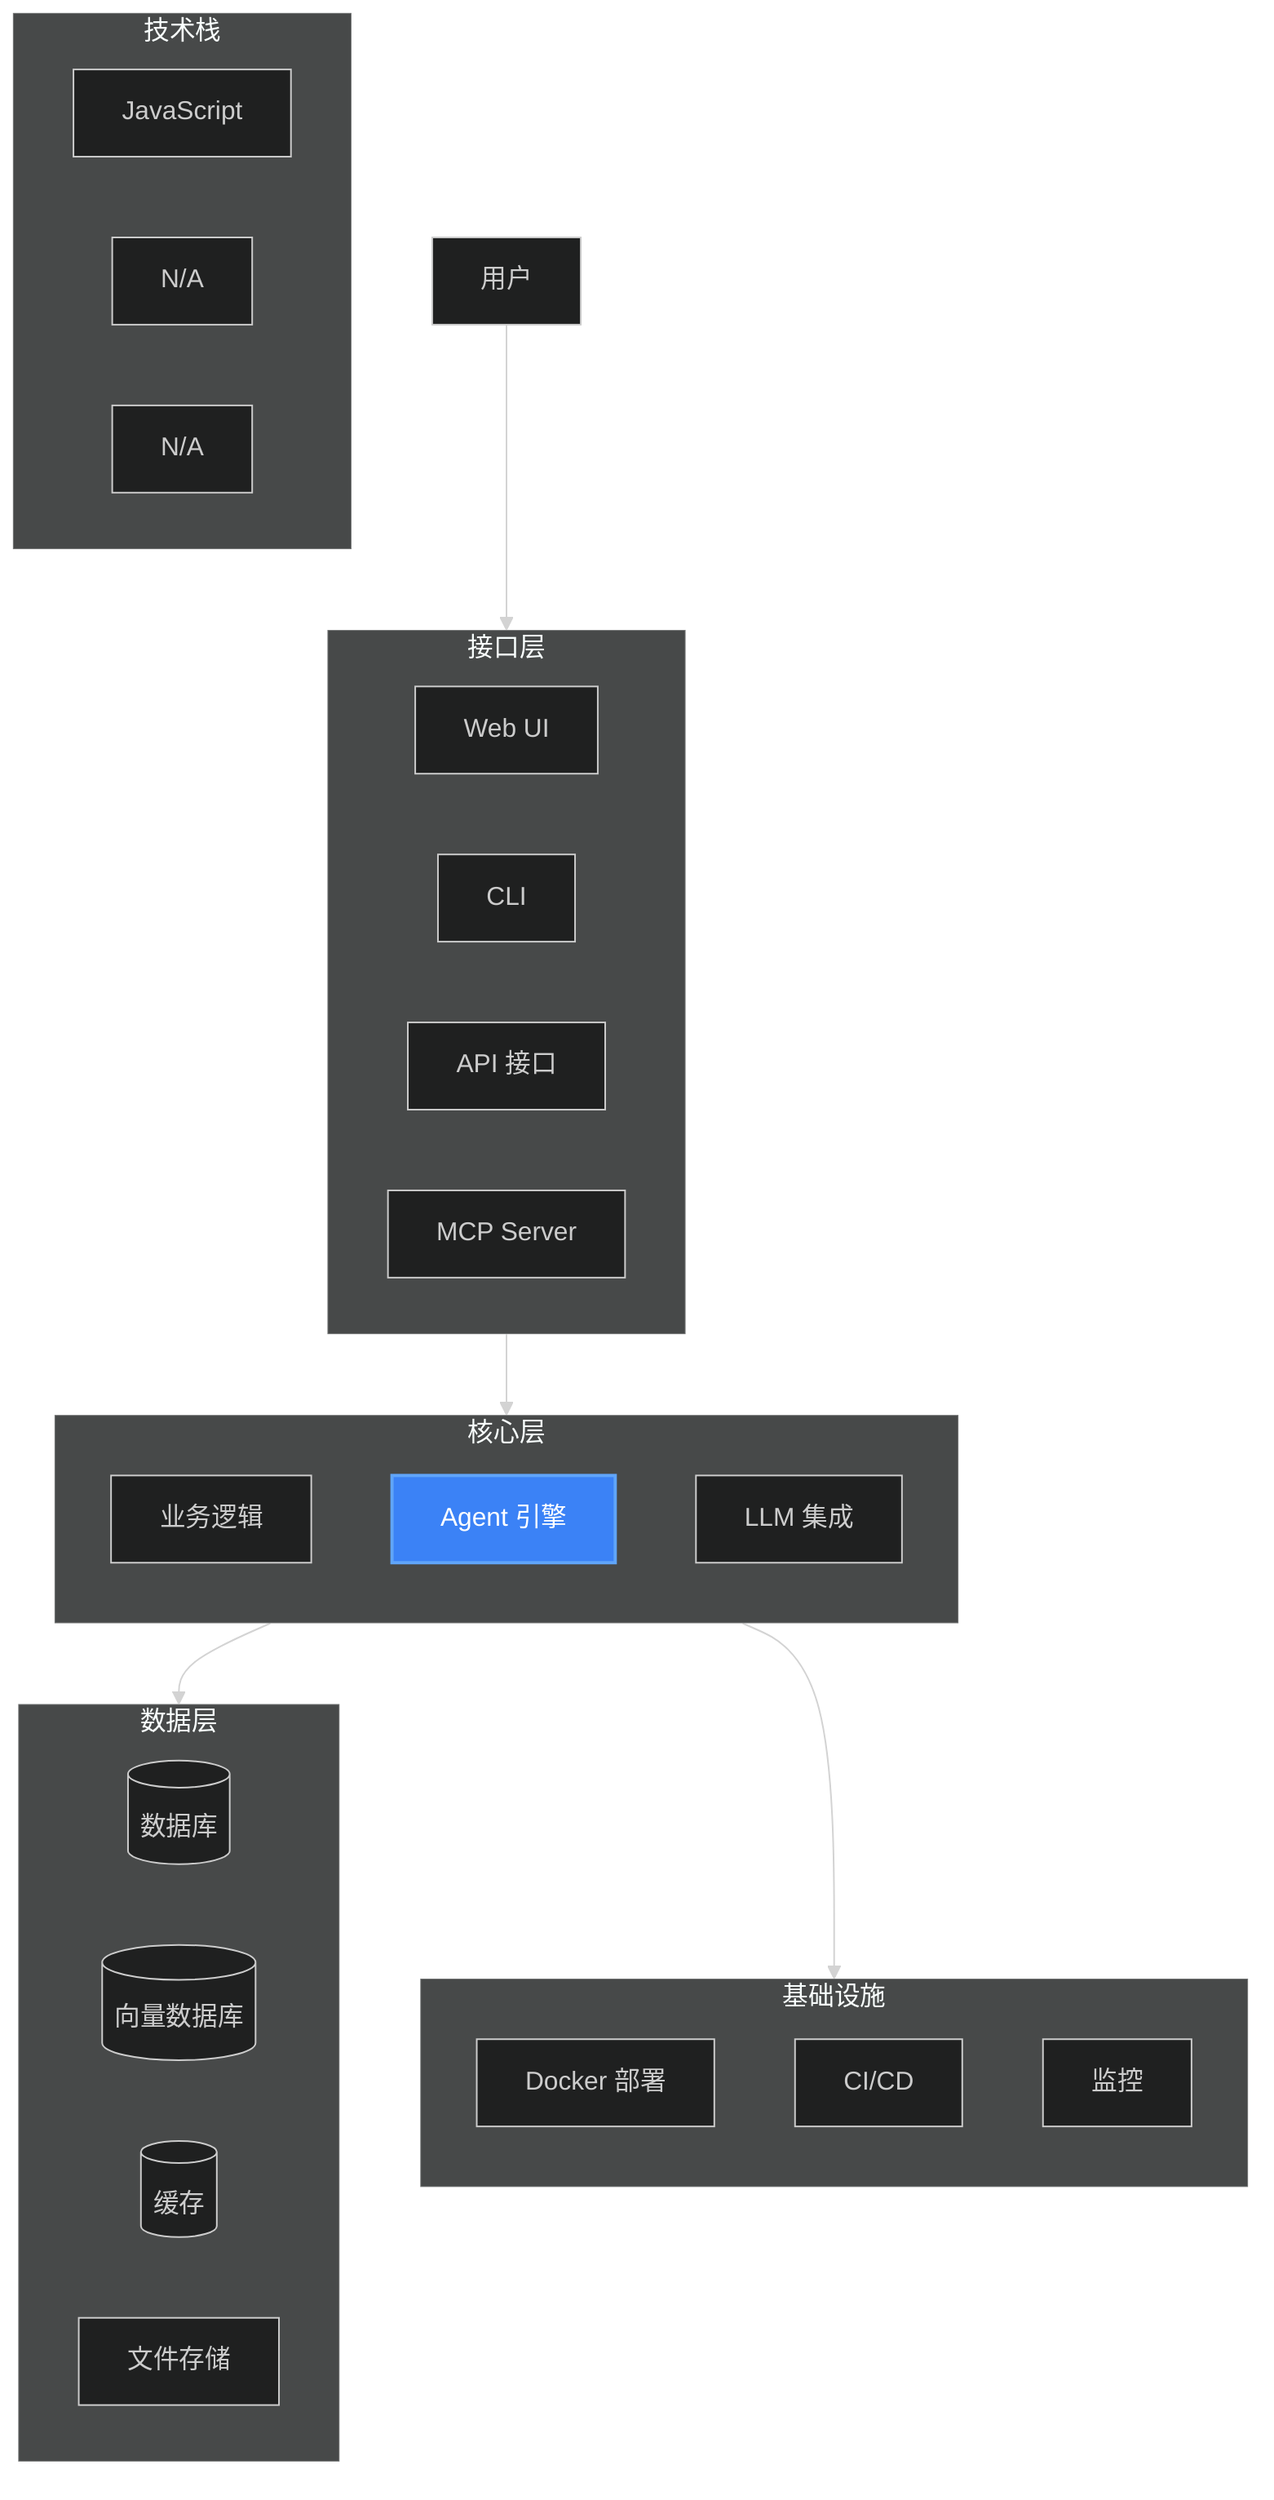
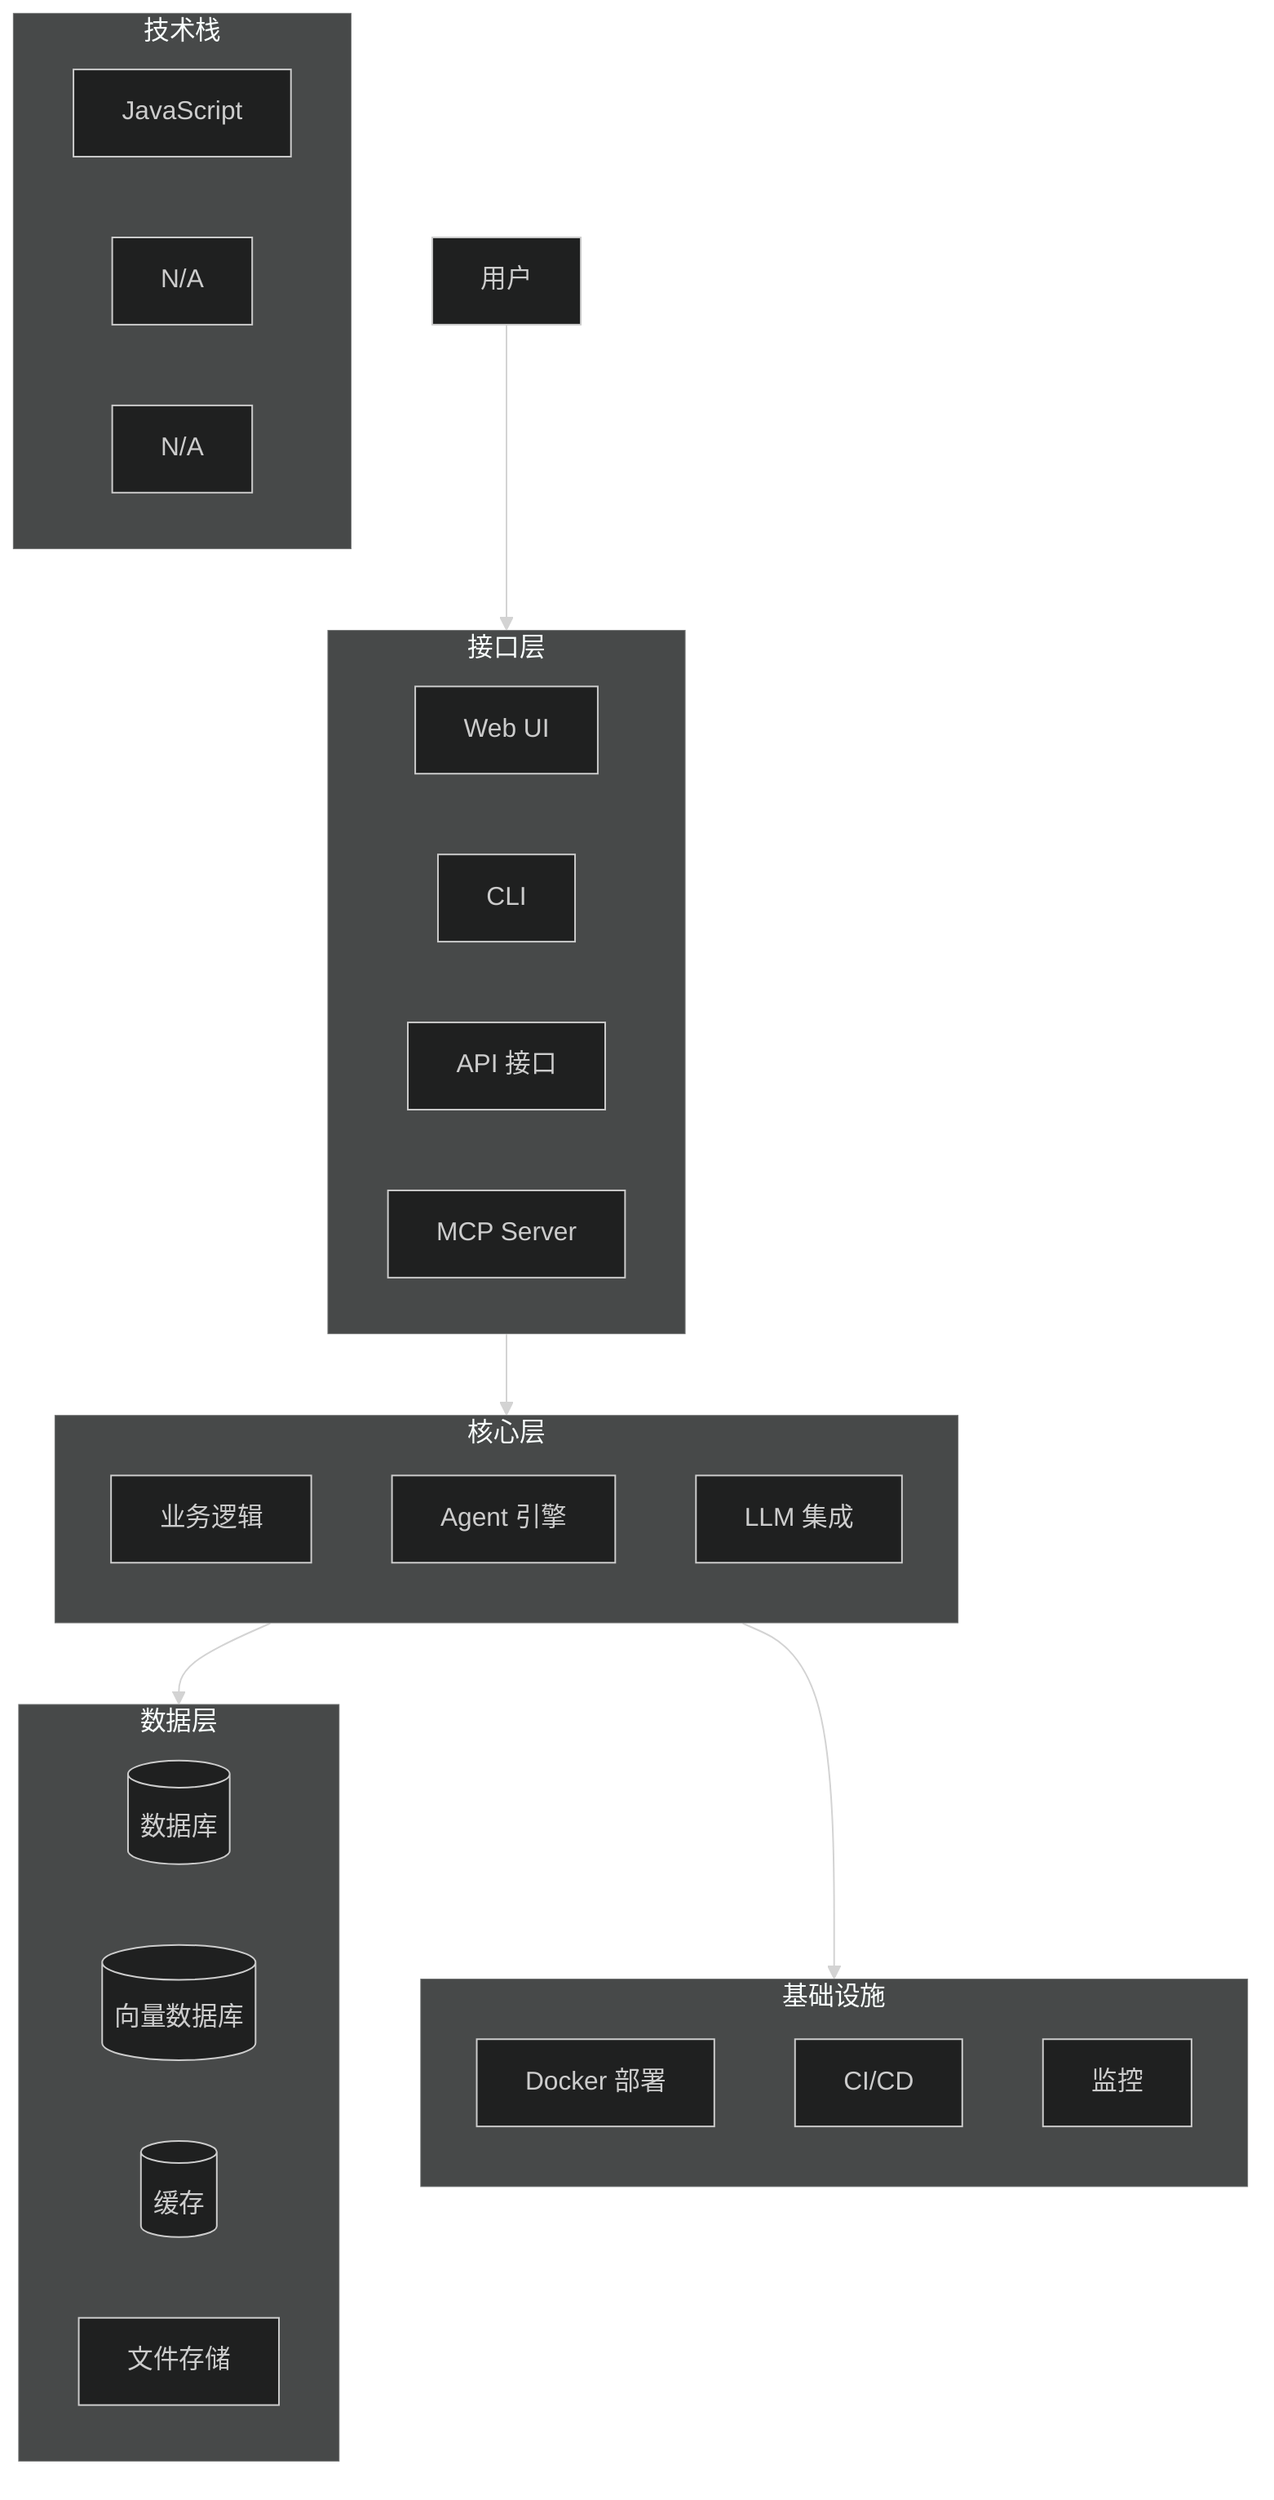
%%{init: {'theme': 'dark'}}%%
graph TB
    User[用户] --> Interface[接口层]

    subgraph Interface[接口层]
        direction LR
        WebUI[Web UI]
        CLI[CLI]
        API[API 接口]
        MCP[MCP Server]
    end

    subgraph Core[核心层]
        direction TB
        Business[业务逻辑]
-         AgentEngine[Agent 引擎]:::highlight
+         AgentEngine[Agent 引擎]
        LLM[LLM 集成]
    end

    subgraph Data[数据层]
        direction LR
        Database[(数据库)]
        VectorDB[(向量数据库)]
        Cache[(缓存)]
        Files[文件存储]
    end

    subgraph Infra[基础设施]
        direction TB
        Docker[Docker 部署]
        CI/CD[CI/CD]
        Monitoring[监控]
    end

    Interface --> Core
    Core --> Data
    Core --> Infra

    classDef highlight fill:#3b82f6,stroke:#60a5fa,stroke-width:2px,color:white

    %% 技术栈信息
    subgraph TechStack[技术栈]
        direction LR
        Lang[JavaScript]
        FW[N/A]
        Deps[N/A]
    end
